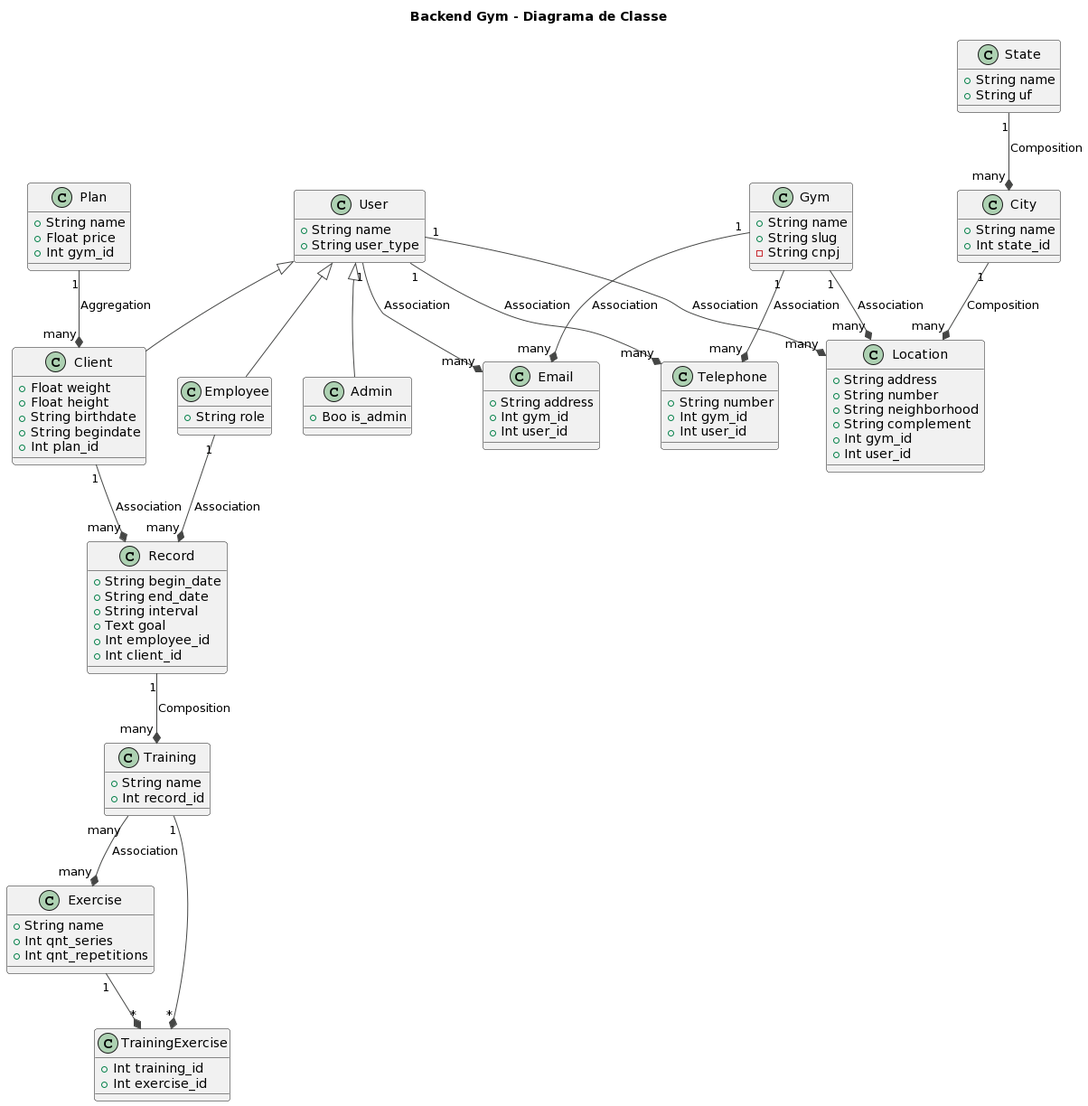
Before: docs/class_diagram.png, a diagram exported from PlantUML (Luiz-Bernardes/backend-gym).
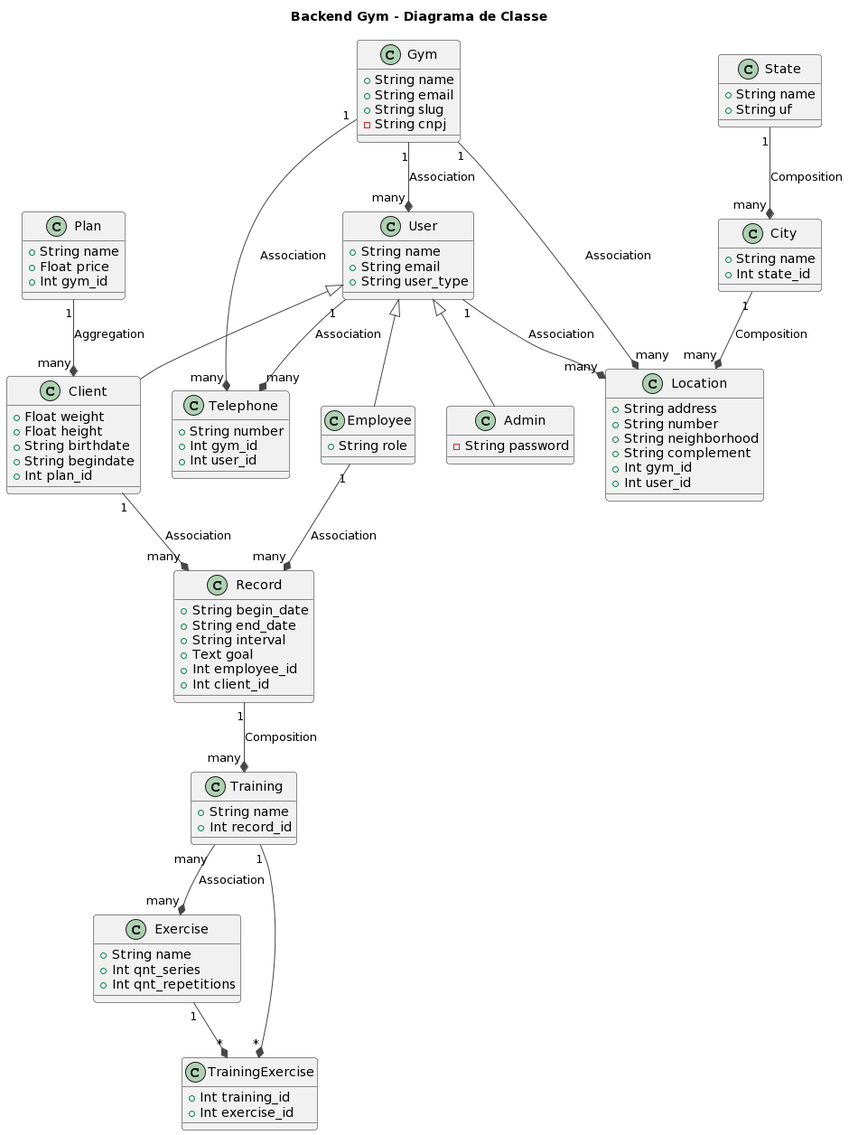
The same file after the commit.

What changed in the source:
```diff
@@ -7,14 +7,9 @@
 
 class Gym {
   +String name
+  +String email
   +String slug
   -String cnpj
-}
-
-class Email {
-  +String address
-  +Int gym_id
-  +Int user_id
 }
 
 class Telephone {
@@ -44,11 +39,12 @@
 
 class User {
   +String name
+  +String email
   +String user_type
 }
 
 class Admin extends User {
-   +Boo is_admin
+   -String password
 }
 
 class Client extends User {
@@ -94,12 +90,12 @@
   +Int exercise_id
 }
 
-Email "many" *-up- "1" Gym: Association
+
+User "many" *-up- "1" Gym: Association
 Telephone "many" *-up- "1" Gym: Association
 Location "many" *-up- "1" Gym: Association
 City "many" *-up- "1" State: Composition
 Location "many" *-up- "1" City: Composition
-Email "many" *-up- "1" User: Association
 Telephone "many" *-up- "1" User: Association
 Location "many" *-up- "1" User: Association
 Client "many" *-up- "1" Plan: Aggregation
```
